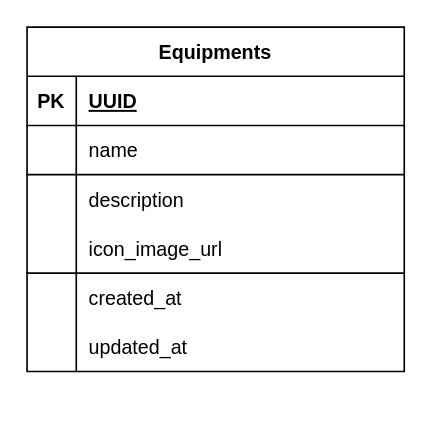
Earlier version of the draw.io diagram pwa.drawio (monosparta/borrow_meetingroom_display). Source tidied: cells renumbered, new cells numbered last; positions are measured from the earlier drawing's top-left corner, leaving out a move shared by most shapes. Both pictures are drawn from the tidied source at 164%, with x=0, y=0 at pixel (26, 26).
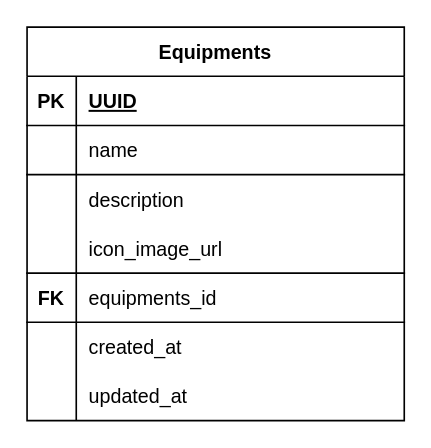
After the change.

Commit message:
add equipment_id row

Change to the diagram source:
```diff
@@
     <mxCell id="2" value="Equipments" style="shape=table;startSize=30;childLayout=tableLayout;rowLines=0;fontStyle=1;align=center;fontColor=default;" parent="1" vertex="1">
-      <mxGeometry width="230" height="210" as="geometry" />
+      <mxGeometry width="230" height="240" as="geometry" />
     </mxCell>
@@
+    <mxCell id="21" style="shape=tableRow;horizontal=0;startSize=0;swimlaneHead=0;swimlaneBody=0;fillColor=none;top=0;left=0;right=0;bottom=1;fontColor=default;" parent="2" vertex="1">
+      <mxGeometry y="150" width="230" height="30" as="geometry" />
+    </mxCell>
+    <mxCell id="22" value="FK" style="shape=partialRectangle;fillColor=none;top=0;left=0;bottom=0;right=0;fontStyle=1;overflow=hidden;fontColor=default;" parent="21" vertex="1">
+      <mxGeometry width="30" height="30" as="geometry" />
+    </mxCell>
+    <mxCell id="23" value="equipments_id" style="shape=partialRectangle;fillColor=none;top=0;left=0;bottom=0;right=0;align=left;spacingLeft=6;fontStyle=0;overflow=hidden;fontColor=default;" parent="21" vertex="1">
+      <mxGeometry x="30" width="200" height="30" as="geometry" />
+    </mxCell>
     <mxCell id="15" style="shape=tableRow;horizontal=0;startSize=0;swimlaneHead=0;swimlaneBody=0;fillColor=none;top=0;left=0;right=0;bottom=0;fontColor=default;" parent="2" vertex="1">
-      <mxGeometry y="150" width="230" height="30" as="geometry" />
+      <mxGeometry y="180" width="230" height="30" as="geometry" />
     </mxCell>
@@
     <mxCell id="18" style="shape=tableRow;horizontal=0;startSize=0;swimlaneHead=0;swimlaneBody=0;fillColor=none;top=0;left=0;right=0;bottom=0;fontColor=default;" parent="2" vertex="1">
-      <mxGeometry y="180" width="230" height="30" as="geometry" />
+      <mxGeometry y="210" width="230" height="30" as="geometry" />
     </mxCell>
```
